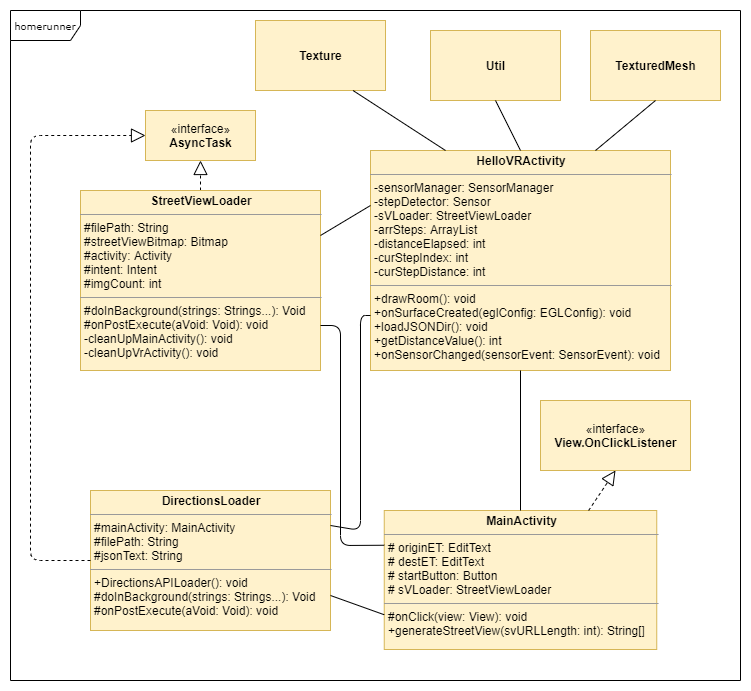
richardwijaya/Skripsi keeps this draw.io diagram as doc/DokumenSkripsi/Gambar/class-diagram.png. Above is the earlier version. Source tidied: cells renumbered, new cells last; positions are measured from the earlier drawing's top-left corner, leaving out a move shared by most shapes.
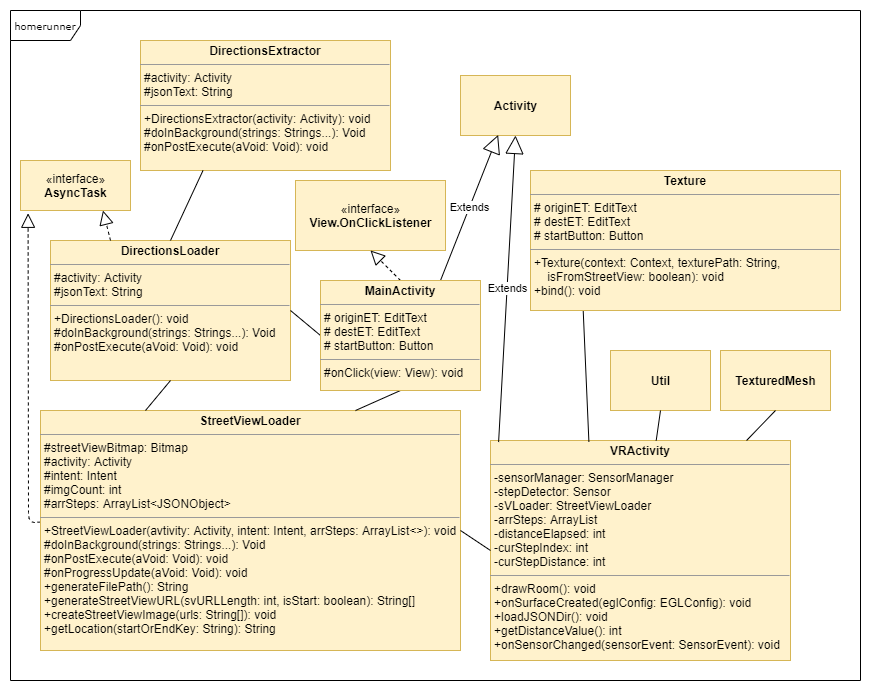
Later version of the same file.

Commit message:
Finalisasi Bab 1 & 2, Revisi Class Diagram

What changed in the source:
```diff
@@ -3,82 +3,83 @@
     <mxCell id="0" />
     <mxCell id="1" parent="0" />
     <mxCell id="2" value="homerunner" style="shape=umlFrame;whiteSpace=wrap;html=1;rounded=0;shadow=0;comic=0;labelBackgroundColor=none;strokeWidth=1;fontFamily=Verdana;fontSize=10;align=center;width=70;height=30;" parent="1" vertex="1">
-      <mxGeometry width="730" height="670" as="geometry" />
+      <mxGeometry x="10" y="-20" width="850" height="670" as="geometry" />
     </mxCell>
-    <mxCell id="3" value="&lt;p style=&quot;margin: 0px ; margin-top: 4px ; text-align: center&quot;&gt;&lt;b&gt;HelloVRActivity&lt;/b&gt;&lt;/p&gt;&lt;hr size=&quot;1&quot;&gt;&lt;p style=&quot;margin: 0px ; margin-left: 4px&quot;&gt;-sensorManager: SensorManager&lt;/p&gt;&lt;p style=&quot;margin: 0px ; margin-left: 4px&quot;&gt;-stepDetector: Sensor&lt;/p&gt;&lt;p style=&quot;margin: 0px ; margin-left: 4px&quot;&gt;-sVLoader: StreetViewLoader&lt;/p&gt;&lt;p style=&quot;margin: 0px ; margin-left: 4px&quot;&gt;-arrSteps: ArrayList&lt;/p&gt;&lt;p style=&quot;margin: 0px ; margin-left: 4px&quot;&gt;-distanceElapsed: int&lt;/p&gt;&lt;p style=&quot;margin: 0px ; margin-left: 4px&quot;&gt;-curStepIndex: int&lt;/p&gt;&lt;p style=&quot;margin: 0px ; margin-left: 4px&quot;&gt;-curStepDistance: int&lt;/p&gt;&lt;hr size=&quot;1&quot;&gt;&lt;p style=&quot;margin: 0px ; margin-left: 4px&quot;&gt;+drawRoom(): void&lt;br&gt;+onSurfaceCreated(eglConfig: EGLConfig): void&lt;/p&gt;&lt;p style=&quot;margin: 0px ; margin-left: 4px&quot;&gt;+loadJSONDir(): void&lt;/p&gt;&lt;p style=&quot;margin: 0px ; margin-left: 4px&quot;&gt;+getDistanceValue(): int&lt;/p&gt;&lt;p style=&quot;margin: 0px ; margin-left: 4px&quot;&gt;+onSensorChanged(sensorEvent: SensorEvent): void&lt;/p&gt;" style="verticalAlign=top;align=left;overflow=fill;fontSize=12;fontFamily=Helvetica;html=1;rounded=0;shadow=0;comic=0;labelBackgroundColor=none;strokeWidth=1;fillColor=#fff2cc;strokeColor=#d6b656;" parent="1" vertex="1">
-      <mxGeometry x="360" y="140" width="300" height="220" as="geometry" />
+    <mxCell id="3" value="&lt;p style=&quot;margin: 0px ; margin-top: 4px ; text-align: center&quot;&gt;&lt;b&gt;VRActivity&lt;/b&gt;&lt;/p&gt;&lt;hr size=&quot;1&quot;&gt;&lt;p style=&quot;margin: 0px ; margin-left: 4px&quot;&gt;-sensorManager: SensorManager&lt;/p&gt;&lt;p style=&quot;margin: 0px ; margin-left: 4px&quot;&gt;-stepDetector: Sensor&lt;/p&gt;&lt;p style=&quot;margin: 0px ; margin-left: 4px&quot;&gt;-sVLoader: StreetViewLoader&lt;/p&gt;&lt;p style=&quot;margin: 0px ; margin-left: 4px&quot;&gt;-arrSteps: ArrayList&lt;/p&gt;&lt;p style=&quot;margin: 0px ; margin-left: 4px&quot;&gt;-distanceElapsed: int&lt;/p&gt;&lt;p style=&quot;margin: 0px ; margin-left: 4px&quot;&gt;-curStepIndex: int&lt;/p&gt;&lt;p style=&quot;margin: 0px ; margin-left: 4px&quot;&gt;-curStepDistance: int&lt;/p&gt;&lt;hr size=&quot;1&quot;&gt;&lt;p style=&quot;margin: 0px ; margin-left: 4px&quot;&gt;+drawRoom(): void&lt;br&gt;+onSurfaceCreated(eglConfig: EGLConfig): void&lt;/p&gt;&lt;p style=&quot;margin: 0px ; margin-left: 4px&quot;&gt;+loadJSONDir(): void&lt;/p&gt;&lt;p style=&quot;margin: 0px ; margin-left: 4px&quot;&gt;+getDistanceValue(): int&lt;/p&gt;&lt;p style=&quot;margin: 0px ; margin-left: 4px&quot;&gt;+onSensorChanged(sensorEvent: SensorEvent): void&lt;/p&gt;" style="verticalAlign=top;align=left;overflow=fill;fontSize=12;fontFamily=Helvetica;html=1;rounded=0;shadow=0;comic=0;labelBackgroundColor=none;strokeWidth=1;fillColor=#fff2cc;strokeColor=#d6b656;" parent="1" vertex="1">
+      <mxGeometry x="490" y="410" width="300" height="220" as="geometry" />
     </mxCell>
-    <mxCell id="4" value="&lt;p style=&quot;margin: 0px ; margin-top: 4px ; text-align: center&quot;&gt;&lt;b&gt;DirectionsLoader&lt;/b&gt;&lt;/p&gt;&lt;hr size=&quot;1&quot;&gt;&lt;p style=&quot;margin: 0px ; margin-left: 4px&quot;&gt;#mainActivity: MainActivity&lt;br&gt;#filePath: String&lt;/p&gt;&lt;p style=&quot;margin: 0px ; margin-left: 4px&quot;&gt;#jsonText: String&lt;/p&gt;&lt;hr size=&quot;1&quot;&gt;&lt;p style=&quot;margin: 0px ; margin-left: 4px&quot;&gt;+DirectionsAPILoader(): void&lt;br&gt;#doInBackground(strings: Strings...): Void&lt;/p&gt;&lt;p style=&quot;margin: 0px ; margin-left: 4px&quot;&gt;#onPostExecute(aVoid: Void): void&lt;/p&gt;&lt;p style=&quot;margin: 0px ; margin-left: 4px&quot;&gt;&lt;br&gt;&lt;/p&gt;" style="verticalAlign=top;align=left;overflow=fill;fontSize=12;fontFamily=Helvetica;html=1;rounded=0;shadow=0;comic=0;labelBackgroundColor=none;strokeWidth=1;fillColor=#fff2cc;strokeColor=#d6b656;" parent="1" vertex="1">
-      <mxGeometry x="80" y="480" width="240" height="140" as="geometry" />
+    <mxCell id="4" value="&lt;p style=&quot;margin: 0px ; margin-top: 4px ; text-align: center&quot;&gt;&lt;b&gt;DirectionsLoader&lt;/b&gt;&lt;/p&gt;&lt;hr size=&quot;1&quot;&gt;&lt;p style=&quot;margin: 0px ; margin-left: 4px&quot;&gt;#activity: Activity&lt;br&gt;&lt;/p&gt;&lt;p style=&quot;margin: 0px ; margin-left: 4px&quot;&gt;#jsonText: String&lt;/p&gt;&lt;hr size=&quot;1&quot;&gt;&lt;p style=&quot;margin: 0px ; margin-left: 4px&quot;&gt;+DirectionsLoader(): void&lt;br&gt;#doInBackground(strings: Strings...): Void&lt;/p&gt;&lt;p style=&quot;margin: 0px ; margin-left: 4px&quot;&gt;#onPostExecute(aVoid: Void): void&lt;/p&gt;&lt;p style=&quot;margin: 0px ; margin-left: 4px&quot;&gt;&lt;br&gt;&lt;/p&gt;" style="verticalAlign=top;align=left;overflow=fill;fontSize=12;fontFamily=Helvetica;html=1;rounded=0;shadow=0;comic=0;labelBackgroundColor=none;strokeWidth=1;fillColor=#fff2cc;strokeColor=#d6b656;" parent="1" vertex="1">
+      <mxGeometry x="50" y="210" width="240" height="140" as="geometry" />
     </mxCell>
-    <mxCell id="5" value="&lt;p style=&quot;margin: 0px ; margin-top: 4px ; text-align: center&quot;&gt;&lt;b&gt;MainActivity&lt;/b&gt;&lt;/p&gt;&lt;hr size=&quot;1&quot;&gt;&lt;p style=&quot;margin: 0px ; margin-left: 4px&quot;&gt;# originET: EditText&lt;br&gt;# destET: EditText&lt;/p&gt;&lt;p style=&quot;margin: 0px ; margin-left: 4px&quot;&gt;# startButton: Button&lt;/p&gt;&lt;p style=&quot;margin: 0px ; margin-left: 4px&quot;&gt;# sVLoader: StreetViewLoader&amp;nbsp;&lt;/p&gt;&lt;hr size=&quot;1&quot;&gt;&lt;p style=&quot;margin: 0px ; margin-left: 4px&quot;&gt;#onClick(view: View): void&lt;/p&gt;&lt;p style=&quot;margin: 0px ; margin-left: 4px&quot;&gt;+generateStreetView(svURLLength: int): String[]&lt;/p&gt;" style="verticalAlign=top;align=left;overflow=fill;fontSize=12;fontFamily=Helvetica;html=1;rounded=0;shadow=0;comic=0;labelBackgroundColor=none;strokeWidth=1;fillColor=#fff2cc;strokeColor=#d6b656;" parent="1" vertex="1">
-      <mxGeometry x="373.8" y="500" width="272.5" height="139" as="geometry" />
-    </mxCell>
-    <mxCell id="6" style="endArrow=none;html=1;exitX=0.5;exitY=0;exitDx=0;exitDy=0;entryX=0.5;entryY=1;entryDx=0;entryDy=0;" parent="1" edge="1" source="5" target="3">
-      <mxGeometry relative="1" as="geometry" />
-    </mxCell>
     <mxCell id="7" value="«interface»&lt;br&gt;&lt;b&gt;AsyncTask&lt;/b&gt;" style="html=1;fillColor=#fff2cc;strokeColor=#d6b656;" parent="1" vertex="1">
-      <mxGeometry x="135" y="100" width="110" height="50" as="geometry" />
+      <mxGeometry x="20" y="130" width="110" height="50" as="geometry" />
     </mxCell>
-    <mxCell id="8" style="endArrow=block;dashed=1;endFill=0;endSize=12;html=1;exitX=0.5;exitY=0;exitDx=0;exitDy=0;entryX=0.5;entryY=1;entryDx=0;entryDy=0;" parent="1" edge="1" source="12" target="7">
-      <mxGeometry relative="1" as="geometry" />
+    <mxCell id="8" style="endArrow=block;dashed=1;endFill=0;endSize=12;html=1;exitX=0;exitY=0.465;exitDx=0;exitDy=0;exitPerimeter=0;entryX=0.069;entryY=1.056;entryDx=0;entryDy=0;entryPerimeter=0;" parent="1" edge="1" source="12" target="7">
+      <mxGeometry relative="1" as="geometry">
+        <Array as="points">
+          <mxPoint x="28" y="492" />
+        </Array>
+      </mxGeometry>
     </mxCell>
-    <mxCell id="9" value="&lt;b&gt;Texture&lt;/b&gt;" style="html=1;fillColor=#fff2cc;strokeColor=#d6b656;" parent="1" vertex="1">
-      <mxGeometry x="245" y="10" width="130" height="70" as="geometry" />
-    </mxCell>
     <mxCell id="10" value="&lt;b&gt;Util&lt;/b&gt;" style="html=1;fillColor=#fff2cc;strokeColor=#d6b656;" parent="1" vertex="1">
-      <mxGeometry x="420" y="20" width="130" height="70" as="geometry" />
+      <mxGeometry x="610" y="320" width="100" height="60" as="geometry" />
     </mxCell>
     <mxCell id="11" value="&lt;b&gt;TexturedMesh&lt;/b&gt;" style="html=1;fillColor=#fff2cc;strokeColor=#d6b656;" parent="1" vertex="1">
-      <mxGeometry x="580" y="20" width="130" height="70" as="geometry" />
+      <mxGeometry x="720" y="320" width="110" height="60" as="geometry" />
     </mxCell>
-    <mxCell id="12" value="&lt;p style=&quot;margin: 0px ; margin-top: 4px ; text-align: center&quot;&gt;&lt;b&gt;StreetViewLoader&lt;/b&gt;&lt;/p&gt;&lt;hr size=&quot;1&quot;&gt;&lt;p style=&quot;margin: 0px ; margin-left: 4px&quot;&gt;#filePath: String&lt;br&gt;#streetViewBitmap: Bitmap&lt;/p&gt;&lt;p style=&quot;margin: 0px ; margin-left: 4px&quot;&gt;#activity: Activity&lt;/p&gt;&lt;p style=&quot;margin: 0px ; margin-left: 4px&quot;&gt;#intent: Intent&lt;/p&gt;&lt;p style=&quot;margin: 0px ; margin-left: 4px&quot;&gt;#imgCount: int&lt;/p&gt;&lt;hr size=&quot;1&quot;&gt;&lt;p style=&quot;margin: 0px ; margin-left: 4px&quot;&gt;&lt;span&gt;#doInBackground(strings: Strings...): Void&lt;/span&gt;&lt;br&gt;&lt;/p&gt;&lt;p style=&quot;margin: 0px 0px 0px 4px&quot;&gt;#onPostExecute(aVoid: Void): void&lt;/p&gt;&lt;p style=&quot;margin: 0px 0px 0px 4px&quot;&gt;-cleanUpMainActivity(): void&lt;/p&gt;&lt;p style=&quot;margin: 0px 0px 0px 4px&quot;&gt;-cleanUpVrActivity(): void&lt;/p&gt;" style="verticalAlign=top;align=left;overflow=fill;fontSize=12;fontFamily=Helvetica;html=1;rounded=0;shadow=0;comic=0;labelBackgroundColor=none;strokeWidth=1;fillColor=#fff2cc;strokeColor=#d6b656;" parent="1" vertex="1">
-      <mxGeometry x="70" y="180" width="240" height="180" as="geometry" />
+    <mxCell id="12" value="&lt;p style=&quot;margin: 0px ; margin-top: 4px ; text-align: center&quot;&gt;&lt;b&gt;StreetViewLoader&lt;/b&gt;&lt;/p&gt;&lt;hr size=&quot;1&quot;&gt;&lt;p style=&quot;margin: 0px ; margin-left: 4px&quot;&gt;#streetViewBitmap: Bitmap&lt;/p&gt;&lt;p style=&quot;margin: 0px ; margin-left: 4px&quot;&gt;#activity: Activity&lt;/p&gt;&lt;p style=&quot;margin: 0px ; margin-left: 4px&quot;&gt;#intent: Intent&lt;/p&gt;&lt;p style=&quot;margin: 0px ; margin-left: 4px&quot;&gt;#imgCount: int&lt;/p&gt;&lt;p style=&quot;margin: 0px ; margin-left: 4px&quot;&gt;#arrSteps: ArrayList&amp;lt;JSONObject&amp;gt;&lt;/p&gt;&lt;hr size=&quot;1&quot;&gt;&lt;p style=&quot;margin: 0px ; margin-left: 4px&quot;&gt;&lt;span&gt;+StreetViewLoader(avtivity: Activity, intent: Intent, arrSteps: ArrayList&amp;lt;&amp;gt;): void&amp;nbsp;&lt;/span&gt;&lt;/p&gt;&lt;p style=&quot;margin: 0px ; margin-left: 4px&quot;&gt;&lt;span&gt;#doInBackground(strings: Strings...): Void&lt;/span&gt;&lt;br&gt;&lt;/p&gt;&lt;p style=&quot;margin: 0px 0px 0px 4px&quot;&gt;#onPostExecute(aVoid: Void): void&lt;/p&gt;&lt;p style=&quot;margin: 0px 0px 0px 4px&quot;&gt;#onProgressUpdate(aVoid: Void): void&lt;/p&gt;&lt;p style=&quot;margin: 0px 0px 0px 4px&quot;&gt;+generateFilePath(): String&lt;/p&gt;&lt;p style=&quot;margin: 0px 0px 0px 4px&quot;&gt;&lt;span&gt;+generateStreetViewURL(svURLLength: int, isStart: boolean): String[]&lt;/span&gt;&lt;/p&gt;&lt;p style=&quot;margin: 0px 0px 0px 4px&quot;&gt;&lt;span&gt;+createStreetViewImage(urls: String[]): void&lt;/span&gt;&lt;/p&gt;&lt;p style=&quot;margin: 0px 0px 0px 4px&quot;&gt;&lt;span&gt;+getLocation(startOrEndKey: String): String&lt;/span&gt;&lt;/p&gt;" style="verticalAlign=top;align=left;overflow=fill;fontSize=12;fontFamily=Helvetica;html=1;rounded=0;shadow=0;comic=0;labelBackgroundColor=none;strokeWidth=1;fillColor=#fff2cc;strokeColor=#d6b656;" parent="1" vertex="1">
+      <mxGeometry x="40" y="380" width="420" height="240" as="geometry" />
     </mxCell>
-    <mxCell id="13" style="endArrow=block;dashed=1;endFill=0;endSize=12;html=1;exitX=0;exitY=0.5;exitDx=0;exitDy=0;entryX=0;entryY=0.5;entryDx=0;entryDy=0;" parent="1" edge="1" source="4" target="7">
-      <mxGeometry relative="1" as="geometry">
-        <Array as="points">
-          <mxPoint x="20" y="550" />
-          <mxPoint x="20" y="125" />
-        </Array>
-      </mxGeometry>
-    </mxCell>
-    <mxCell id="14" style="endArrow=none;html=1;entryX=0.75;entryY=1;entryDx=0;entryDy=0;exitX=0.25;exitY=0;exitDx=0;exitDy=0;" parent="1" edge="1" source="3" target="9">
+    <mxCell id="14" style="endArrow=none;html=1;entryX=0.17;entryY=1;entryDx=0;entryDy=0;exitX=0.328;exitY=0.006;exitDx=0;exitDy=0;exitPerimeter=0;entryPerimeter=0;" parent="1" edge="1" source="3" target="30">
       <mxGeometry relative="1" as="geometry" />
     </mxCell>
-    <mxCell id="15" style="endArrow=none;html=1;exitX=0.5;exitY=0;exitDx=0;exitDy=0;entryX=0.5;entryY=1;entryDx=0;entryDy=0;" parent="1" edge="1" source="3" target="10">
-      <mxGeometry relative="1" as="geometry" />
-    </mxCell>
-    <mxCell id="16" style="endArrow=none;html=1;exitX=0.75;exitY=0;exitDx=0;exitDy=0;entryX=0.5;entryY=1;entryDx=0;entryDy=0;" parent="1" edge="1" source="3" target="11">
+    <mxCell id="16" style="endArrow=none;html=1;entryX=0.5;entryY=1;entryDx=0;entryDy=0;" parent="1" edge="1" source="3" target="11">
       <mxGeometry relative="1" as="geometry" />
     </mxCell>
     <mxCell id="17" value="«interface»&lt;br&gt;&lt;b&gt;View.OnClickListener&lt;/b&gt;" style="html=1;fillColor=#fff2cc;strokeColor=#d6b656;" parent="1" vertex="1">
-      <mxGeometry x="530" y="390" width="150" height="70" as="geometry" />
+      <mxGeometry x="295" y="150" width="150" height="70" as="geometry" />
     </mxCell>
+    <mxCell id="22" style="endArrow=block;dashed=1;endFill=0;endSize=12;html=1;exitX=0.5;exitY=0;exitDx=0;exitDy=0;entryX=0.5;entryY=1;entryDx=0;entryDy=0;" parent="1" edge="1" source="5" target="17">
+      <mxGeometry relative="1" as="geometry" />
+    </mxCell>
+    <mxCell id="23" value="&lt;p style=&quot;margin: 0px ; margin-top: 4px ; text-align: center&quot;&gt;&lt;b&gt;DirectionsExtractor&lt;/b&gt;&lt;/p&gt;&lt;hr size=&quot;1&quot;&gt;&lt;p style=&quot;margin: 0px ; margin-left: 4px&quot;&gt;#activity: Activity&lt;br&gt;&lt;/p&gt;&lt;p style=&quot;margin: 0px ; margin-left: 4px&quot;&gt;#jsonText: String&lt;/p&gt;&lt;hr size=&quot;1&quot;&gt;&lt;p style=&quot;margin: 0px ; margin-left: 4px&quot;&gt;+DirectionsExtractor(activity: Activity): void&lt;br&gt;#doInBackground(strings: Strings...): Void&lt;/p&gt;&lt;p style=&quot;margin: 0px ; margin-left: 4px&quot;&gt;#onPostExecute(aVoid: Void): void&lt;/p&gt;&lt;p style=&quot;margin: 0px ; margin-left: 4px&quot;&gt;&lt;br&gt;&lt;/p&gt;" style="verticalAlign=top;align=left;overflow=fill;fontSize=12;fontFamily=Helvetica;html=1;rounded=0;shadow=0;comic=0;labelBackgroundColor=none;strokeWidth=1;fillColor=#fff2cc;strokeColor=#d6b656;" parent="1" vertex="1">
+      <mxGeometry x="140" y="10" width="250" height="130" as="geometry" />
+    </mxCell>
+    <mxCell id="21" style="endArrow=none;html=1;exitX=1;exitY=0.5;exitDx=0;exitDy=0;entryX=0;entryY=0.5;entryDx=0;entryDy=0;" parent="1" edge="1" source="4" target="5">
+      <mxGeometry relative="1" as="geometry" />
+    </mxCell>
+    <mxCell id="24" style="endArrow=none;html=1;exitX=0.5;exitY=0;exitDx=0;exitDy=0;entryX=0.25;entryY=1;entryDx=0;entryDy=0;" parent="1" edge="1" source="4" target="23">
+      <mxGeometry relative="1" as="geometry" />
+    </mxCell>
+    <mxCell id="25" style="endArrow=none;html=1;entryX=0.25;entryY=0;entryDx=0;entryDy=0;exitX=0.5;exitY=1;exitDx=0;exitDy=0;" parent="1" edge="1" source="4" target="12">
+      <mxGeometry relative="1" as="geometry" />
+    </mxCell>
+    <mxCell id="26" value="&lt;b&gt;Activity&lt;/b&gt;" style="html=1;fillColor=#fff2cc;strokeColor=#d6b656;" parent="1" vertex="1">
+      <mxGeometry x="460" y="45" width="110" height="60" as="geometry" />
+    </mxCell>
+    <mxCell id="27" style="endArrow=none;html=1;entryX=0.75;entryY=0;entryDx=0;entryDy=0;exitX=0.5;exitY=1;exitDx=0;exitDy=0;" parent="1" edge="1" source="5" target="12">
+      <mxGeometry relative="1" as="geometry" />
+    </mxCell>
+    <mxCell id="28" value="Extends" style="endArrow=block;endSize=16;endFill=0;html=1;entryX=0.342;entryY=0.99;entryDx=0;entryDy=0;exitX=0.75;exitY=0;exitDx=0;exitDy=0;entryPerimeter=0;" parent="1" edge="1" source="5" target="26">
+      <mxGeometry relative="1" as="geometry" />
+    </mxCell>
+    <mxCell id="5" value="&lt;p style=&quot;margin: 0px ; margin-top: 4px ; text-align: center&quot;&gt;&lt;b&gt;MainActivity&lt;/b&gt;&lt;/p&gt;&lt;hr size=&quot;1&quot;&gt;&lt;p style=&quot;margin: 0px ; margin-left: 4px&quot;&gt;# originET: EditText&lt;br&gt;# destET: EditText&lt;/p&gt;&lt;p style=&quot;margin: 0px ; margin-left: 4px&quot;&gt;# startButton: Button&lt;span&gt;&amp;nbsp;&lt;/span&gt;&lt;/p&gt;&lt;hr size=&quot;1&quot;&gt;&lt;p style=&quot;margin: 0px ; margin-left: 4px&quot;&gt;#onClick(view: View): void&lt;/p&gt;" style="verticalAlign=top;align=left;overflow=fill;fontSize=12;fontFamily=Helvetica;html=1;rounded=0;shadow=0;comic=0;labelBackgroundColor=none;strokeWidth=1;fillColor=#fff2cc;strokeColor=#d6b656;" parent="1" vertex="1">
+      <mxGeometry x="320" y="250" width="160" height="110" as="geometry" />
+    </mxCell>
+    <mxCell id="29" value="Extends" style="endArrow=block;endSize=16;endFill=0;html=1;entryX=0.5;entryY=1;entryDx=0;entryDy=0;exitX=0.027;exitY=0.007;exitDx=0;exitDy=0;exitPerimeter=0;" parent="1" edge="1" source="3" target="26">
+      <mxGeometry relative="1" as="geometry" />
+    </mxCell>
+    <mxCell id="13" style="endArrow=block;dashed=1;endFill=0;endSize=12;html=1;exitX=0.25;exitY=0;exitDx=0;exitDy=0;entryX=0.75;entryY=1;entryDx=0;entryDy=0;" parent="1" edge="1" source="4" target="7">
+      <mxGeometry relative="1" as="geometry" />
+    </mxCell>
-    <mxCell id="18" style="endArrow=none;html=1;exitX=1;exitY=0.25;exitDx=0;exitDy=0;entryX=0;entryY=0.25;entryDx=0;entryDy=0;" parent="1" edge="1" source="12" target="3">
+    <mxCell id="18" style="endArrow=none;html=1;entryX=0;entryY=0.5;entryDx=0;entryDy=0;exitX=1;exitY=0.5;exitDx=0;exitDy=0;" parent="1" edge="1" source="12" target="3">
       <mxGeometry relative="1" as="geometry" />
     </mxCell>
-    <mxCell id="19" style="endArrow=none;html=1;exitX=1;exitY=0.25;exitDx=0;exitDy=0;entryX=0;entryY=0.75;entryDx=0;entryDy=0;" parent="1" edge="1" source="4" target="3">
-      <mxGeometry relative="1" as="geometry">
-        <Array as="points">
-          <mxPoint x="350" y="520" />
-          <mxPoint x="350" y="305" />
-        </Array>
-      </mxGeometry>
-    </mxCell>
-    <mxCell id="20" style="endArrow=none;html=1;exitX=1;exitY=0.75;exitDx=0;exitDy=0;entryX=0;entryY=0.25;entryDx=0;entryDy=0;" parent="1" edge="1" source="12" target="5">
-      <mxGeometry relative="1" as="geometry">
-        <Array as="points">
-          <mxPoint x="330" y="315" />
-          <mxPoint x="330" y="535" />
-        </Array>
-      </mxGeometry>
-    </mxCell>
-    <mxCell id="21" style="endArrow=none;html=1;exitX=1;exitY=0.75;exitDx=0;exitDy=0;entryX=0;entryY=0.75;entryDx=0;entryDy=0;" parent="1" edge="1" source="4" target="5">
-      <mxGeometry relative="1" as="geometry" />
-    </mxCell>
-    <mxCell id="22" style="endArrow=block;dashed=1;endFill=0;endSize=12;html=1;exitX=0.75;exitY=0;exitDx=0;exitDy=0;entryX=0.5;entryY=1;entryDx=0;entryDy=0;" parent="1" edge="1" source="5" target="17">
-      <mxGeometry relative="1" as="geometry" />
-    </mxCell>
+    <mxCell id="30" value="&lt;p style=&quot;margin: 0px ; margin-top: 4px ; text-align: center&quot;&gt;&lt;b&gt;Texture&lt;/b&gt;&lt;/p&gt;&lt;hr size=&quot;1&quot;&gt;&lt;p style=&quot;margin: 0px ; margin-left: 4px&quot;&gt;# originET: EditText&lt;br&gt;# destET: EditText&lt;/p&gt;&lt;p style=&quot;margin: 0px ; margin-left: 4px&quot;&gt;# startButton: Button&lt;span&gt;&amp;nbsp;&lt;/span&gt;&lt;/p&gt;&lt;hr size=&quot;1&quot;&gt;&lt;p style=&quot;margin: 0px ; margin-left: 4px&quot;&gt;+Texture(context: Context, texturePath: String,&amp;nbsp;&lt;/p&gt;&lt;p style=&quot;margin: 0px ; margin-left: 4px&quot;&gt;&lt;span&gt;&amp;nbsp; &amp;nbsp; isFromStreetView: boolean): void&lt;/span&gt;&lt;/p&gt;&lt;p style=&quot;margin: 0px ; margin-left: 4px&quot;&gt;+bind(): void&lt;/p&gt;" style="verticalAlign=top;align=left;overflow=fill;fontSize=12;fontFamily=Helvetica;html=1;rounded=0;shadow=0;comic=0;labelBackgroundColor=none;strokeWidth=1;fillColor=#fff2cc;strokeColor=#d6b656;" parent="1" vertex="1">
+      <mxGeometry x="530" y="140" width="310" height="140" as="geometry" />
+    </mxCell>
+    <mxCell id="15" style="endArrow=none;html=1;entryX=0.5;entryY=1;entryDx=0;entryDy=0;" parent="1" edge="1" source="3" target="10">
+      <mxGeometry relative="1" as="geometry" />
+    </mxCell>
   </root>
 </mxGraphModel>
```
